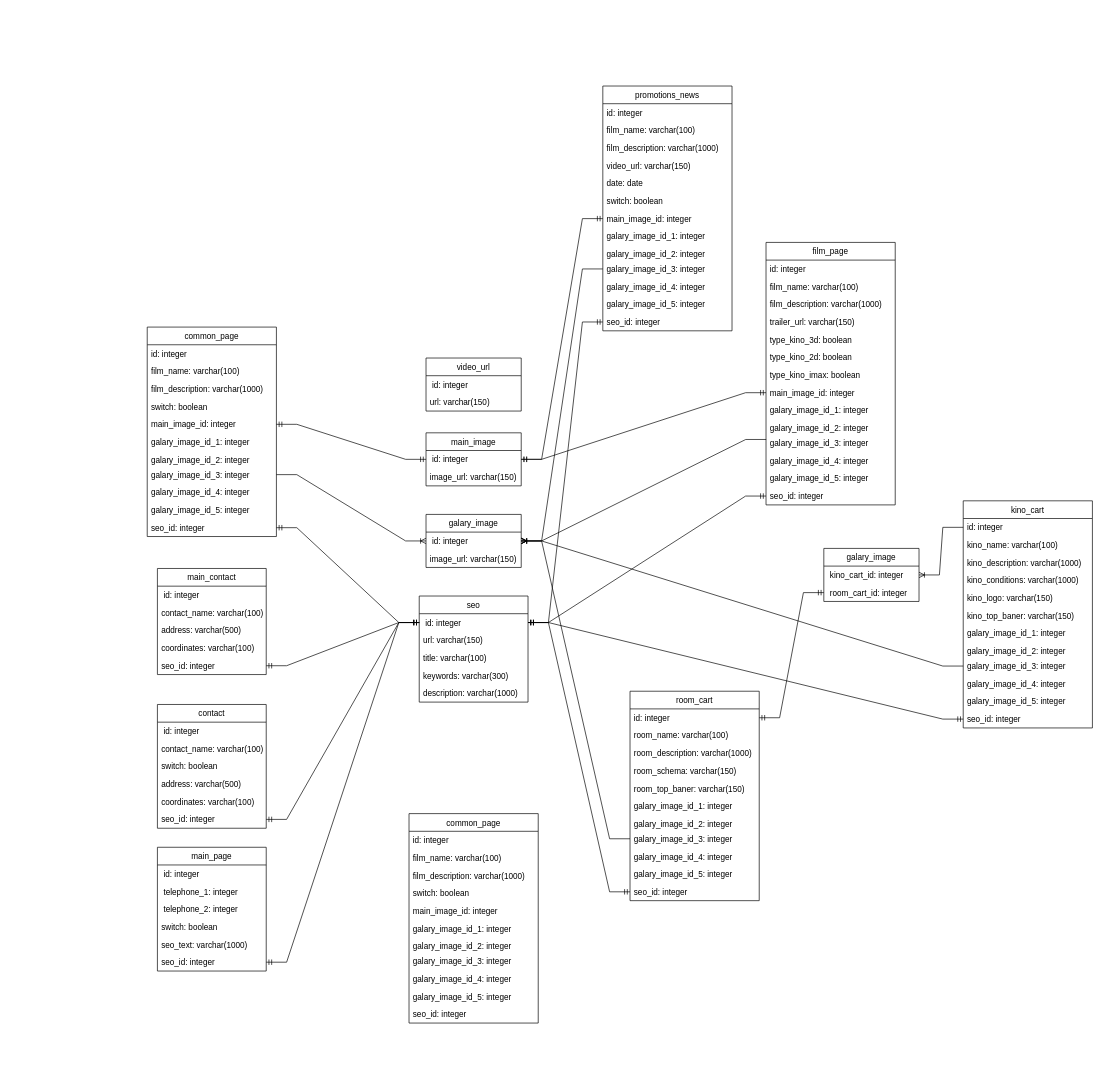
Earlier version of the draw.io diagram src/kinoCMS.drawio (NikitaFoshch/UML). Source tidied: cells renumbered, new cells numbered last; positions are measured from the earlier drawing's top-left corner, leaving out a move shared by most shapes. Both pictures are drawn from the tidied source at 68%, with x=0, y=0 at pixel (147, 86).
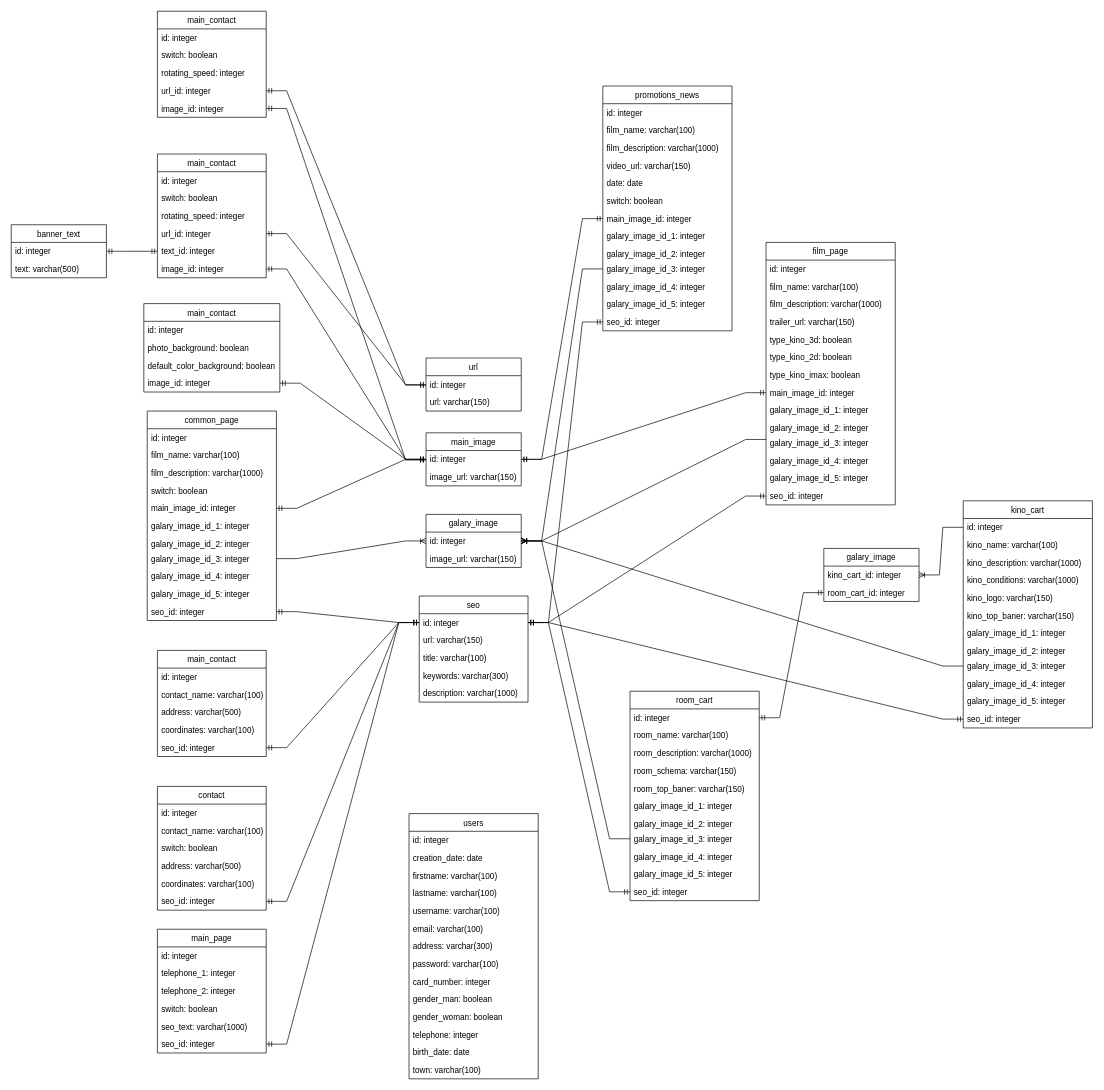
The same diagram, later.

The change refers to these unchanged cells:
```xml
<mxCell id="2" value="galary_image" style="swimlane;fontStyle=0;horizontal=1;startSize=26;fillColor=none;" parent="1" vertex="1">
  <mxGeometry x="410" y="630" width="140" height="78" as="geometry" />
</mxCell>
<mxCell id="5" value="main_image" style="swimlane;fontStyle=0;horizontal=1;startSize=26;fillColor=none;" parent="1" vertex="1">
  <mxGeometry x="410" y="510" width="140" height="78" as="geometry" />
</mxCell>
<mxCell id="23" value="seo" style="swimlane;fontStyle=0;horizontal=1;startSize=26;fillColor=none;" parent="1" vertex="1">
  <mxGeometry x="400" y="750" width="160" height="156" as="geometry" />
</mxCell>
<mxCell id="47" value="galary_image" style="swimlane;fontStyle=0;horizontal=1;startSize=26;fillColor=none;" parent="1" vertex="1">
  <mxGeometry x="995" y="680" width="140" height="78" as="geometry" />
</mxCell>
```

What changed in the source:
```diff
@@
-    <mxCell id="3" value=" id: integer" style="text;strokeColor=none;fillColor=none;align=left;verticalAlign=top;spacingLeft=4;spacingRight=4;overflow=hidden;points=[[0,0.5],[1,0.5]];portConstraint=eastwest;" parent="2" vertex="1">
+    <mxCell id="3" value="id: integer" style="text;strokeColor=none;fillColor=none;align=left;verticalAlign=top;spacingLeft=4;spacingRight=4;overflow=hidden;points=[[0,0.5],[1,0.5]];portConstraint=eastwest;" parent="2" vertex="1">
       <mxGeometry y="26" width="140" height="26" as="geometry" />
     </mxCell>
@@
-    <mxCell id="6" value=" id: integer" style="text;strokeColor=none;fillColor=none;align=left;verticalAlign=top;spacingLeft=4;spacingRight=4;overflow=hidden;points=[[0,0.5],[1,0.5]];portConstraint=eastwest;" parent="5" vertex="1">
+    <mxCell id="6" value="id: integer" style="text;strokeColor=none;fillColor=none;align=left;verticalAlign=top;spacingLeft=4;spacingRight=4;overflow=hidden;points=[[0,0.5],[1,0.5]];portConstraint=eastwest;" parent="5" vertex="1">
       <mxGeometry y="26" width="140" height="26" as="geometry" />
     </mxCell>
@@
-    <mxCell id="24" value=" id: integer" style="text;strokeColor=none;fillColor=none;align=left;verticalAlign=top;spacingLeft=4;spacingRight=4;overflow=hidden;points=[[0,0.5],[1,0.5]];portConstraint=eastwest;" parent="23" vertex="1">
+    <mxCell id="24" value="id: integer" style="text;strokeColor=none;fillColor=none;align=left;verticalAlign=top;spacingLeft=4;spacingRight=4;overflow=hidden;points=[[0,0.5],[1,0.5]];portConstraint=eastwest;" parent="23" vertex="1">
       <mxGeometry y="26" width="160" height="26" as="geometry" />
     </mxCell>
@@
-    <mxCell id="48" value=" kino_cart_id: integer" style="text;strokeColor=none;fillColor=none;align=left;verticalAlign=top;spacingLeft=4;spacingRight=4;overflow=hidden;points=[[0,0.5],[1,0.5]];portConstraint=eastwest;" parent="47" vertex="1">
+    <mxCell id="48" value="kino_cart_id: integer" style="text;strokeColor=none;fillColor=none;align=left;verticalAlign=top;spacingLeft=4;spacingRight=4;overflow=hidden;points=[[0,0.5],[1,0.5]];portConstraint=eastwest;" parent="47" vertex="1">
       <mxGeometry y="26" width="140" height="26" as="geometry" />
     </mxCell>
-    <mxCell id="49" value=" room_cart_id: integer" style="text;strokeColor=none;fillColor=none;align=left;verticalAlign=top;spacingLeft=4;spacingRight=4;overflow=hidden;points=[[0,0.5],[1,0.5]];portConstraint=eastwest;" parent="47" vertex="1">
+    <mxCell id="49" value="room_cart_id: integer" style="text;strokeColor=none;fillColor=none;align=left;verticalAlign=top;spacingLeft=4;spacingRight=4;overflow=hidden;points=[[0,0.5],[1,0.5]];portConstraint=eastwest;" parent="47" vertex="1">
       <mxGeometry y="52" width="140" height="26" as="geometry" />
     </mxCell>
@@
-    <mxCell id="66" value="video_url" style="swimlane;fontStyle=0;horizontal=1;startSize=26;fillColor=none;" parent="1" vertex="1">
+    <mxCell id="66" value="url" style="swimlane;fontStyle=0;horizontal=1;startSize=26;fillColor=none;" parent="1" vertex="1">
       <mxGeometry x="410" y="400" width="140" height="78" as="geometry" />
     </mxCell>
-    <mxCell id="67" value=" id: integer" style="text;strokeColor=none;fillColor=none;align=left;verticalAlign=top;spacingLeft=4;spacingRight=4;overflow=hidden;points=[[0,0.5],[1,0.5]];portConstraint=eastwest;" parent="66" vertex="1">
+    <mxCell id="67" value="id: integer" style="text;strokeColor=none;fillColor=none;align=left;verticalAlign=top;spacingLeft=4;spacingRight=4;overflow=hidden;points=[[0,0.5],[1,0.5]];portConstraint=eastwest;" parent="66" vertex="1">
       <mxGeometry y="26" width="140" height="26" as="geometry" />
     </mxCell>
@@
     <mxCell id="86" value="main_page" style="swimlane;fontStyle=0;horizontal=1;startSize=26;fillColor=none;" parent="1" vertex="1">
-      <mxGeometry x="15" y="1119.5" width="160" height="182" as="geometry" />
+      <mxGeometry x="15" y="1240" width="160" height="182" as="geometry" />
     </mxCell>
-    <mxCell id="87" value=" id: integer" style="text;strokeColor=none;fillColor=none;align=left;verticalAlign=top;spacingLeft=4;spacingRight=4;overflow=hidden;" parent="86" vertex="1">
+    <mxCell id="87" value="id: integer" style="text;strokeColor=none;fillColor=none;align=left;verticalAlign=top;spacingLeft=4;spacingRight=4;overflow=hidden;" parent="86" vertex="1">
       <mxGeometry y="26" width="160" height="26" as="geometry" />
     </mxCell>
-    <mxCell id="88" value=" telephone_1: integer" style="text;strokeColor=none;fillColor=none;align=left;verticalAlign=top;spacingLeft=4;spacingRight=4;overflow=hidden;" parent="86" vertex="1">
+    <mxCell id="88" value="telephone_1: integer" style="text;strokeColor=none;fillColor=none;align=left;verticalAlign=top;spacingLeft=4;spacingRight=4;overflow=hidden;" parent="86" vertex="1">
       <mxGeometry y="52" width="160" height="26" as="geometry" />
     </mxCell>
-    <mxCell id="89" value=" telephone_2: integer" style="text;strokeColor=none;fillColor=none;align=left;verticalAlign=top;spacingLeft=4;spacingRight=4;overflow=hidden;" parent="86" vertex="1">
+    <mxCell id="89" value="telephone_2: integer" style="text;strokeColor=none;fillColor=none;align=left;verticalAlign=top;spacingLeft=4;spacingRight=4;overflow=hidden;" parent="86" vertex="1">
       <mxGeometry y="78" width="160" height="26" as="geometry" />
     </mxCell>
@@
     <mxCell id="94" value="common_page" style="swimlane;fontStyle=0;horizontal=1;startSize=26;fillColor=none;" parent="1" vertex="1">
-      <mxGeometry y="354.5" width="190" height="308" as="geometry" />
+      <mxGeometry y="478" width="190" height="308" as="geometry" />
     </mxCell>
@@
     <mxCell id="109" value="contact" style="swimlane;fontStyle=0;horizontal=1;startSize=26;fillColor=none;" parent="1" vertex="1">
-      <mxGeometry x="15" y="909.5" width="160" height="182" as="geometry" />
+      <mxGeometry x="15" y="1030" width="160" height="182" as="geometry" />
     </mxCell>
-    <mxCell id="110" value=" id: integer" style="text;strokeColor=none;fillColor=none;align=left;verticalAlign=top;spacingLeft=4;spacingRight=4;overflow=hidden;" parent="109" vertex="1">
+    <mxCell id="110" value="id: integer" style="text;strokeColor=none;fillColor=none;align=left;verticalAlign=top;spacingLeft=4;spacingRight=4;overflow=hidden;" parent="109" vertex="1">
       <mxGeometry y="26" width="160" height="26" as="geometry" />
     </mxCell>
@@
     <mxCell id="116" value="main_contact" style="swimlane;fontStyle=0;horizontal=1;startSize=26;fillColor=none;" parent="1" vertex="1">
-      <mxGeometry x="15" y="709.5" width="160" height="156" as="geometry" />
+      <mxGeometry x="15" y="830" width="160" height="156" as="geometry" />
     </mxCell>
-    <mxCell id="117" value=" id: integer" style="text;strokeColor=none;fillColor=none;align=left;verticalAlign=top;spacingLeft=4;spacingRight=4;overflow=hidden;" parent="116" vertex="1">
+    <mxCell id="117" value="id: integer" style="text;strokeColor=none;fillColor=none;align=left;verticalAlign=top;spacingLeft=4;spacingRight=4;overflow=hidden;" parent="116" vertex="1">
       <mxGeometry y="26" width="160" height="26" as="geometry" />
     </mxCell>
@@
-    <mxCell id="124" value="common_page" style="swimlane;fontStyle=0;horizontal=1;startSize=26;fillColor=none;" parent="1" vertex="1">
-      <mxGeometry x="385" y="1070" width="190" height="308" as="geometry" />
+    <mxCell id="124" value="users" style="swimlane;fontStyle=0;horizontal=1;startSize=26;fillColor=none;" parent="1" vertex="1">
+      <mxGeometry x="385" y="1070" width="190" height="390" as="geometry" />
     </mxCell>
@@
+    <mxCell id="136" value="creation_date: date" style="text;strokeColor=none;fillColor=none;align=left;verticalAlign=top;spacingLeft=4;spacingRight=4;overflow=hidden;" parent="124" vertex="1">
+      <mxGeometry y="52" width="190" height="26" as="geometry" />
+    </mxCell>
-    <mxCell id="126" value="film_name: varchar(100)" style="text;strokeColor=none;fillColor=none;align=left;verticalAlign=top;spacingLeft=4;spacingRight=4;overflow=hidden;" parent="124" vertex="1">
-      <mxGeometry y="52" width="190" height="26" as="geometry" />
+    <mxCell id="126" value="firstname: varchar(100)" style="text;strokeColor=none;fillColor=none;align=left;verticalAlign=top;spacingLeft=4;spacingRight=4;overflow=hidden;" parent="124" vertex="1">
+      <mxGeometry y="78" width="190" height="26" as="geometry" />
     </mxCell>
-    <mxCell id="127" value="film_description: varchar(1000)" style="text;strokeColor=none;fillColor=none;align=left;verticalAlign=top;spacingLeft=4;spacingRight=4;overflow=hidden;" parent="124" vertex="1">
-      <mxGeometry y="78" width="190" height="26" as="geometry" />
-    </mxCell>
+    <mxCell id="137" value="lastname: varchar(100)" style="text;strokeColor=none;fillColor=none;align=left;verticalAlign=top;spacingLeft=4;spacingRight=4;overflow=hidden;" parent="124" vertex="1">
+      <mxGeometry y="104" width="190" height="26" as="geometry" />
+    </mxCell>
+    <mxCell id="138" value="username: varchar(100)" style="text;strokeColor=none;fillColor=none;align=left;verticalAlign=top;spacingLeft=4;spacingRight=4;overflow=hidden;" parent="124" vertex="1">
+      <mxGeometry y="130" width="190" height="26" as="geometry" />
+    </mxCell>
+    <mxCell id="139" value="email: varchar(100)" style="text;strokeColor=none;fillColor=none;align=left;verticalAlign=top;spacingLeft=4;spacingRight=4;overflow=hidden;" parent="124" vertex="1">
+      <mxGeometry y="156" width="190" height="26" as="geometry" />
+    </mxCell>
+    <mxCell id="140" value="address: varchar(300)" style="text;strokeColor=none;fillColor=none;align=left;verticalAlign=top;spacingLeft=4;spacingRight=4;overflow=hidden;" parent="124" vertex="1">
+      <mxGeometry y="182" width="190" height="26" as="geometry" />
+    </mxCell>
+    <mxCell id="141" value="password: varchar(100)" style="text;strokeColor=none;fillColor=none;align=left;verticalAlign=top;spacingLeft=4;spacingRight=4;overflow=hidden;" parent="124" vertex="1">
+      <mxGeometry y="208" width="190" height="26" as="geometry" />
+    </mxCell>
+    <mxCell id="142" value="card_number: integer" style="text;strokeColor=none;fillColor=none;align=left;verticalAlign=top;spacingLeft=4;spacingRight=4;overflow=hidden;" parent="124" vertex="1">
+      <mxGeometry y="234" width="190" height="26" as="geometry" />
+    </mxCell>
-    <mxCell id="128" value="switch: boolean" style="text;strokeColor=none;fillColor=none;align=left;verticalAlign=top;spacingLeft=4;spacingRight=4;overflow=hidden;" parent="124" vertex="1">
-      <mxGeometry y="104" width="190" height="26" as="geometry" />
+    <mxCell id="128" value="gender_man: boolean" style="text;strokeColor=none;fillColor=none;align=left;verticalAlign=top;spacingLeft=4;spacingRight=4;overflow=hidden;" parent="124" vertex="1">
+      <mxGeometry y="260" width="190" height="26" as="geometry" />
     </mxCell>
-    <mxCell id="129" value="main_image_id: integer" style="text;strokeColor=none;fillColor=none;align=left;verticalAlign=top;spacingLeft=4;spacingRight=4;overflow=hidden;" parent="124" vertex="1">
-      <mxGeometry y="130" width="190" height="26" as="geometry" />
-    </mxCell>
-    <mxCell id="130" value="galary_image_id_1: integer" style="text;strokeColor=none;fillColor=none;align=left;verticalAlign=top;spacingLeft=4;spacingRight=4;overflow=hidden;" parent="124" vertex="1">
-      <mxGeometry y="156" width="190" height="26" as="geometry" />
-    </mxCell>
-    <mxCell id="131" value="galary_image_id_2: integer" style="text;strokeColor=none;fillColor=none;align=left;verticalAlign=top;spacingLeft=4;spacingRight=4;overflow=hidden;" parent="124" vertex="1">
-      <mxGeometry y="182" width="190" height="22" as="geometry" />
-    </mxCell>
-    <mxCell id="132" value="galary_image_id_3: integer" style="text;strokeColor=none;fillColor=none;align=left;verticalAlign=top;spacingLeft=4;spacingRight=4;overflow=hidden;" parent="124" vertex="1">
-      <mxGeometry y="204" width="190" height="26" as="geometry" />
-    </mxCell>
-    <mxCell id="133" value="galary_image_id_4: integer" style="text;strokeColor=none;fillColor=none;align=left;verticalAlign=top;spacingLeft=4;spacingRight=4;overflow=hidden;" parent="124" vertex="1">
-      <mxGeometry y="230" width="190" height="26" as="geometry" />
-    </mxCell>
-    <mxCell id="134" value="galary_image_id_5: integer" style="text;strokeColor=none;fillColor=none;align=left;verticalAlign=top;spacingLeft=4;spacingRight=4;overflow=hidden;" parent="124" vertex="1">
-      <mxGeometry y="256" width="190" height="26" as="geometry" />
-    </mxCell>
-    <mxCell id="135" value="seo_id: integer" style="text;strokeColor=none;fillColor=none;align=left;verticalAlign=top;spacingLeft=4;spacingRight=4;overflow=hidden;" parent="124" vertex="1">
-      <mxGeometry y="282" width="190" height="26" as="geometry" />
-    </mxCell>
+    <mxCell id="143" value="gender_woman: boolean" style="text;strokeColor=none;fillColor=none;align=left;verticalAlign=top;spacingLeft=4;spacingRight=4;overflow=hidden;" parent="124" vertex="1">
+      <mxGeometry y="286" width="190" height="26" as="geometry" />
+    </mxCell>
+    <mxCell id="144" value="telephone: integer" style="text;strokeColor=none;fillColor=none;align=left;verticalAlign=top;spacingLeft=4;spacingRight=4;overflow=hidden;" parent="124" vertex="1">
+      <mxGeometry y="312" width="190" height="26" as="geometry" />
+    </mxCell>
+    <mxCell id="145" value="birth_date: date" style="text;strokeColor=none;fillColor=none;align=left;verticalAlign=top;spacingLeft=4;spacingRight=4;overflow=hidden;" parent="124" vertex="1">
+      <mxGeometry y="338" width="190" height="26" as="geometry" />
+    </mxCell>
+    <mxCell id="146" value="town: varchar(100)" style="text;strokeColor=none;fillColor=none;align=left;verticalAlign=top;spacingLeft=4;spacingRight=4;overflow=hidden;" parent="124" vertex="1">
+      <mxGeometry y="364" width="190" height="26" as="geometry" />
+    </mxCell>
+    <mxCell id="147" value="banner_text" style="swimlane;fontStyle=0;horizontal=1;startSize=26;fillColor=none;" parent="1" vertex="1">
+      <mxGeometry x="-200" y="204" width="140" height="78" as="geometry" />
+    </mxCell>
+    <mxCell id="148" value="id: integer" style="text;strokeColor=none;fillColor=none;align=left;verticalAlign=top;spacingLeft=4;spacingRight=4;overflow=hidden;points=[[0,0.5],[1,0.5]];portConstraint=eastwest;" parent="147" vertex="1">
+      <mxGeometry y="26" width="140" height="26" as="geometry" />
+    </mxCell>
+    <mxCell id="149" value="text: varchar(500)" style="text;strokeColor=none;fillColor=none;align=left;verticalAlign=top;spacingLeft=4;spacingRight=4;overflow=hidden;" parent="147" vertex="1">
+      <mxGeometry y="52" width="140" height="26" as="geometry" />
+    </mxCell>
+    <mxCell id="150" value="main_contact" style="swimlane;fontStyle=0;horizontal=1;startSize=26;fillColor=none;" parent="1" vertex="1">
+      <mxGeometry x="15" y="100" width="160" height="182" as="geometry" />
+    </mxCell>
+    <mxCell id="151" value="id: integer" style="text;strokeColor=none;fillColor=none;align=left;verticalAlign=top;spacingLeft=4;spacingRight=4;overflow=hidden;" parent="150" vertex="1">
+      <mxGeometry y="26" width="160" height="26" as="geometry" />
+    </mxCell>
+    <mxCell id="152" value="switch: boolean" style="text;strokeColor=none;fillColor=none;align=left;verticalAlign=top;spacingLeft=4;spacingRight=4;overflow=hidden;" parent="150" vertex="1">
+      <mxGeometry y="52" width="160" height="26" as="geometry" />
+    </mxCell>
+    <mxCell id="153" value="rotating_speed: integer" style="text;strokeColor=none;fillColor=none;align=left;verticalAlign=top;spacingLeft=4;spacingRight=4;overflow=hidden;" parent="150" vertex="1">
+      <mxGeometry y="78" width="160" height="26" as="geometry" />
+    </mxCell>
+    <mxCell id="154" value="url_id: integer" style="text;strokeColor=none;fillColor=none;align=left;verticalAlign=top;spacingLeft=4;spacingRight=4;overflow=hidden;points=[[0,0.5],[1,0.5]];portConstraint=eastwest;" parent="150" vertex="1">
+      <mxGeometry y="104" width="160" height="26" as="geometry" />
+    </mxCell>
+    <mxCell id="155" value="text_id: integer" style="text;strokeColor=none;fillColor=none;align=left;verticalAlign=top;spacingLeft=4;spacingRight=4;overflow=hidden;points=[[0,0.5],[1,0.5]];portConstraint=eastwest;" parent="150" vertex="1">
+      <mxGeometry y="130" width="160" height="26" as="geometry" />
+    </mxCell>
+    <mxCell id="156" value="image_id: integer" style="text;strokeColor=none;fillColor=none;align=left;verticalAlign=top;spacingLeft=4;spacingRight=4;overflow=hidden;points=[[0,0.5],[1,0.5]];portConstraint=eastwest;" parent="150" vertex="1">
+      <mxGeometry y="156" width="160" height="26" as="geometry" />
+    </mxCell>
+    <mxCell id="157" style="edgeStyle=entityRelationEdgeStyle;fontSize=12;html=1;endArrow=ERmandOne;startArrow=ERmandOne;rounded=0;exitX=0;exitY=0.5;exitDx=0;exitDy=0;entryX=1;entryY=0.5;entryDx=0;entryDy=0;" parent="1" edge="1" source="155" target="148">
+      <mxGeometry relative="1" as="geometry" />
+    </mxCell>
+    <mxCell id="158" style="edgeStyle=entityRelationEdgeStyle;fontSize=12;html=1;endArrow=ERmandOne;startArrow=ERmandOne;rounded=0;exitX=1;exitY=0.5;exitDx=0;exitDy=0;entryX=0;entryY=0.5;entryDx=0;entryDy=0;" parent="1" edge="1" source="156" target="6">
+      <mxGeometry relative="1" as="geometry" />
+    </mxCell>
+    <mxCell id="159" style="edgeStyle=entityRelationEdgeStyle;fontSize=12;html=1;endArrow=ERmandOne;startArrow=ERmandOne;rounded=0;exitX=1;exitY=0.5;exitDx=0;exitDy=0;entryX=0;entryY=0.5;entryDx=0;entryDy=0;" parent="1" edge="1" source="154" target="67">
+      <mxGeometry relative="1" as="geometry" />
+    </mxCell>
+    <mxCell id="160" value="main_contact" style="swimlane;fontStyle=0;horizontal=1;startSize=26;fillColor=none;" parent="1" vertex="1">
+      <mxGeometry x="15" y="-110" width="160" height="156" as="geometry" />
+    </mxCell>
+    <mxCell id="161" value="id: integer" style="text;strokeColor=none;fillColor=none;align=left;verticalAlign=top;spacingLeft=4;spacingRight=4;overflow=hidden;" parent="160" vertex="1">
+      <mxGeometry y="26" width="160" height="26" as="geometry" />
+    </mxCell>
+    <mxCell id="162" value="switch: boolean" style="text;strokeColor=none;fillColor=none;align=left;verticalAlign=top;spacingLeft=4;spacingRight=4;overflow=hidden;" parent="160" vertex="1">
+      <mxGeometry y="52" width="160" height="26" as="geometry" />
+    </mxCell>
+    <mxCell id="163" value="rotating_speed: integer" style="text;strokeColor=none;fillColor=none;align=left;verticalAlign=top;spacingLeft=4;spacingRight=4;overflow=hidden;" parent="160" vertex="1">
+      <mxGeometry y="78" width="160" height="26" as="geometry" />
+    </mxCell>
+    <mxCell id="164" value="url_id: integer" style="text;strokeColor=none;fillColor=none;align=left;verticalAlign=top;spacingLeft=4;spacingRight=4;overflow=hidden;points=[[0,0.5],[1,0.5]];portConstraint=eastwest;" parent="160" vertex="1">
+      <mxGeometry y="104" width="160" height="26" as="geometry" />
+    </mxCell>
+    <mxCell id="165" value="image_id: integer" style="text;strokeColor=none;fillColor=none;align=left;verticalAlign=top;spacingLeft=4;spacingRight=4;overflow=hidden;points=[[0,0.5],[1,0.5]];portConstraint=eastwest;" parent="160" vertex="1">
+      <mxGeometry y="130" width="160" height="26" as="geometry" />
+    </mxCell>
+    <mxCell id="166" style="edgeStyle=entityRelationEdgeStyle;fontSize=12;html=1;endArrow=ERmandOne;startArrow=ERmandOne;rounded=0;exitX=1;exitY=0.5;exitDx=0;exitDy=0;" parent="1" edge="1" source="164">
+      <mxGeometry relative="1" as="geometry">
+        <mxPoint x="410" y="440" as="targetPoint" />
+      </mxGeometry>
+    </mxCell>
+    <mxCell id="167" style="edgeStyle=entityRelationEdgeStyle;fontSize=12;html=1;endArrow=ERmandOne;startArrow=ERmandOne;rounded=0;exitX=1;exitY=0.5;exitDx=0;exitDy=0;" parent="1" edge="1" source="165">
+      <mxGeometry relative="1" as="geometry">
+        <mxPoint x="410" y="550" as="targetPoint" />
+      </mxGeometry>
+    </mxCell>
+    <mxCell id="168" value="main_contact" style="swimlane;fontStyle=0;horizontal=1;startSize=26;fillColor=none;" parent="1" vertex="1">
+      <mxGeometry x="-5" y="320" width="200" height="130" as="geometry" />
+    </mxCell>
+    <mxCell id="169" value="id: integer" style="text;strokeColor=none;fillColor=none;align=left;verticalAlign=top;spacingLeft=4;spacingRight=4;overflow=hidden;" parent="168" vertex="1">
+      <mxGeometry y="26" width="200" height="26" as="geometry" />
+    </mxCell>
+    <mxCell id="170" value="photo_background: boolean" style="text;strokeColor=none;fillColor=none;align=left;verticalAlign=top;spacingLeft=4;spacingRight=4;overflow=hidden;" parent="168" vertex="1">
+      <mxGeometry y="52" width="200" height="26" as="geometry" />
+    </mxCell>
+    <mxCell id="171" value="default_color_background: boolean" style="text;strokeColor=none;fillColor=none;align=left;verticalAlign=top;spacingLeft=4;spacingRight=4;overflow=hidden;" parent="168" vertex="1">
+      <mxGeometry y="78" width="200" height="26" as="geometry" />
+    </mxCell>
+    <mxCell id="172" value="image_id: integer" style="text;strokeColor=none;fillColor=none;align=left;verticalAlign=top;spacingLeft=4;spacingRight=4;overflow=hidden;points=[[0,0.5],[1,0.5]];portConstraint=eastwest;" parent="168" vertex="1">
+      <mxGeometry y="104" width="200" height="26" as="geometry" />
+    </mxCell>
+    <mxCell id="173" style="edgeStyle=entityRelationEdgeStyle;fontSize=12;html=1;endArrow=ERmandOne;startArrow=ERmandOne;rounded=0;exitX=1;exitY=0.5;exitDx=0;exitDy=0;entryX=0;entryY=0.5;entryDx=0;entryDy=0;" parent="1" edge="1" source="172" target="6">
+      <mxGeometry relative="1" as="geometry" />
+    </mxCell>
```
